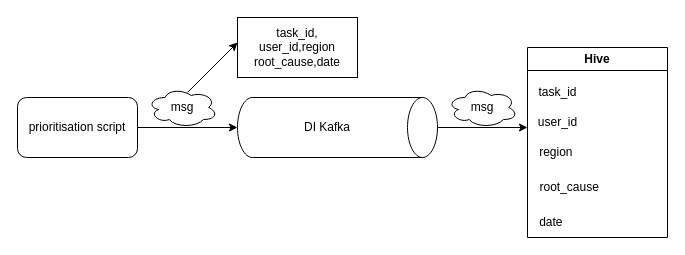
Above: prioritisation tracing.drawio in zzw55486402/20200626 (draw.io), before the change. Source tidied: cells renumbered, new cells numbered last; positions are measured from the earlier drawing's top-left corner, leaving out a move shared by most shapes. Both pictures are drawn from the tidied source at 100%, with x=0, y=0 at pixel (17, 17).
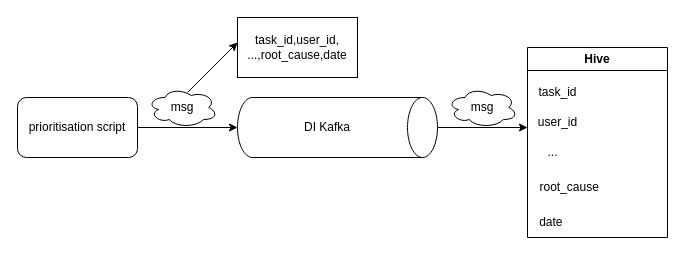
The same page after the edit.

What changed in the source:
```diff
@@
 <mxGraphModel>
   <root>
     <mxCell id="0" />
     <mxCell id="1" parent="0" />
     <mxCell id="2" style="shape=cylinder3;whiteSpace=wrap;html=1;boundedLbl=1;backgroundOutline=1;size=15;rotation=90;" parent="1" vertex="1">
       <mxGeometry x="290" y="10" width="60" height="200" as="geometry" />
     </mxCell>
     <mxCell id="3" value="DI Kafka" style="text;html=1;strokeColor=none;fillColor=none;align=center;verticalAlign=middle;whiteSpace=wrap;rounded=0;" parent="1" vertex="1">
       <mxGeometry x="280" y="95" width="60" height="30" as="geometry" />
     </mxCell>
     <mxCell id="4" value="prioritisation script" style="rounded=1;whiteSpace=wrap;html=1;" parent="1" vertex="1">
       <mxGeometry y="80" width="120" height="60" as="geometry" />
     </mxCell>
     <mxCell id="5" style="endArrow=classic;html=1;rounded=0;exitX=1;exitY=0.5;exitDx=0;exitDy=0;entryX=0.5;entryY=1;entryDx=0;entryDy=0;entryPerimeter=0;" parent="1" edge="1" source="4" target="2">
       <mxGeometry relative="1" as="geometry" />
     </mxCell>
     <mxCell id="6" value="msg" style="ellipse;shape=cloud;whiteSpace=wrap;html=1;" parent="1" vertex="1">
       <mxGeometry x="130" y="70" width="70" height="40" as="geometry" />
     </mxCell>
     <mxCell id="7" style="endArrow=classic;html=1;rounded=0;exitX=0.5;exitY=0;exitDx=0;exitDy=0;exitPerimeter=0;" parent="1" edge="1" source="2">
       <mxGeometry relative="1" as="geometry">
         <mxPoint x="510" y="110" as="targetPoint" />
       </mxGeometry>
     </mxCell>
     <mxCell id="8" style="endArrow=classic;html=1;rounded=0;" parent="1" edge="1">
       <mxGeometry relative="1" as="geometry">
         <mxPoint x="170" y="75" as="sourcePoint" />
         <mxPoint x="220" y="25" as="targetPoint" />
       </mxGeometry>
     </mxCell>
-    <mxCell id="9" value="task_id, user_id,region root_cause,date" style="rounded=0;whiteSpace=wrap;html=1;" parent="1" vertex="1">
+    <mxCell id="9" value="task_id,user_id,&lt;br&gt;...,root_cause,date" style="rounded=0;whiteSpace=wrap;html=1;" parent="1" vertex="1">
       <mxGeometry x="220" width="120" height="60" as="geometry" />
     </mxCell>
     <mxCell id="10" value="Hive" style="swimlane;whiteSpace=wrap;html=1;" parent="1" vertex="1">
       <mxGeometry x="510" y="30" width="140" height="190" as="geometry" />
     </mxCell>
     <mxCell id="11" value="task_id" style="text;html=1;align=center;verticalAlign=middle;strokeColor=none;fillColor=none;" parent="10" vertex="1">
       <mxGeometry y="30" width="60" height="30" as="geometry" />
     </mxCell>
     <mxCell id="12" value="user_id" style="text;html=1;align=center;verticalAlign=middle;strokeColor=none;fillColor=none;" parent="10" vertex="1">
       <mxGeometry y="60" width="60" height="30" as="geometry" />
     </mxCell>
     <mxCell id="13" value="&amp;nbsp;root_cause" style="text;html=1;align=center;verticalAlign=middle;strokeColor=none;fillColor=none;" parent="10" vertex="1">
       <mxGeometry x="-5" y="125" width="90" height="30" as="geometry" />
     </mxCell>
     <mxCell id="14" value="&amp;nbsp; date" style="text;html=1;align=center;verticalAlign=middle;strokeColor=none;fillColor=none;" parent="10" vertex="1">
       <mxGeometry x="-5" y="160" width="50" height="30" as="geometry" />
     </mxCell>
-    <mxCell id="15" value="&amp;nbsp; region" style="text;html=1;align=center;verticalAlign=middle;strokeColor=none;fillColor=none;" parent="10" vertex="1">
-      <mxGeometry x="-5" y="90" width="60" height="30" as="geometry" />
+    <mxCell id="15" value="..." style="text;html=1;align=center;verticalAlign=middle;strokeColor=none;fillColor=none;" parent="10" vertex="1">
+      <mxGeometry x="10" y="90" width="30" height="30" as="geometry" />
     </mxCell>
     <mxCell id="16" value="msg" style="ellipse;shape=cloud;whiteSpace=wrap;html=1;" parent="1" vertex="1">
       <mxGeometry x="430" y="70" width="70" height="40" as="geometry" />
     </mxCell>
   </root>
 </mxGraphModel>
```
